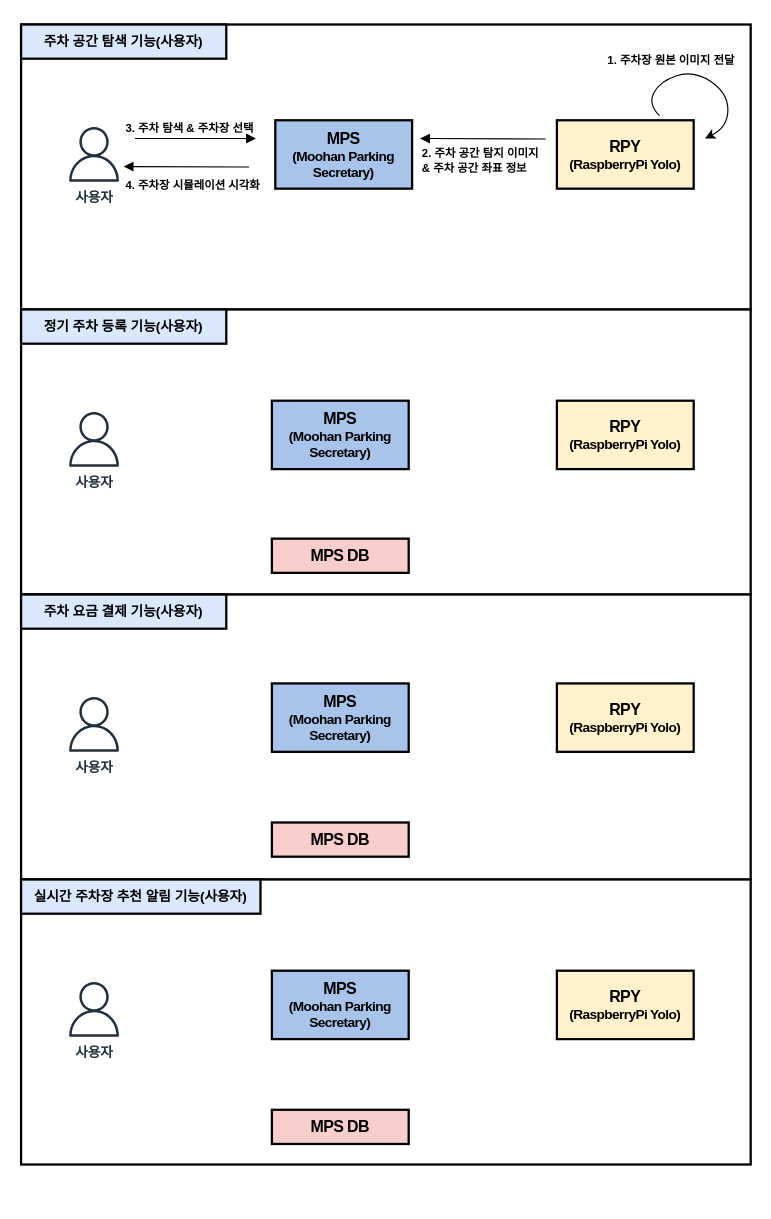
Above: page "유스케이스-1" (2 of 2) of 제목 없는 다이어그램.drawio in hyun10144/Lecture3-1 (draw.io), before the change. Source tidied: cells renumbered, new cells numbered last; positions are measured from the earlier drawing's top-left corner, leaving out a move shared by most shapes. Both pictures are drawn from the tidied source at 114%, with x=0, y=0 at pixel (21, 24).
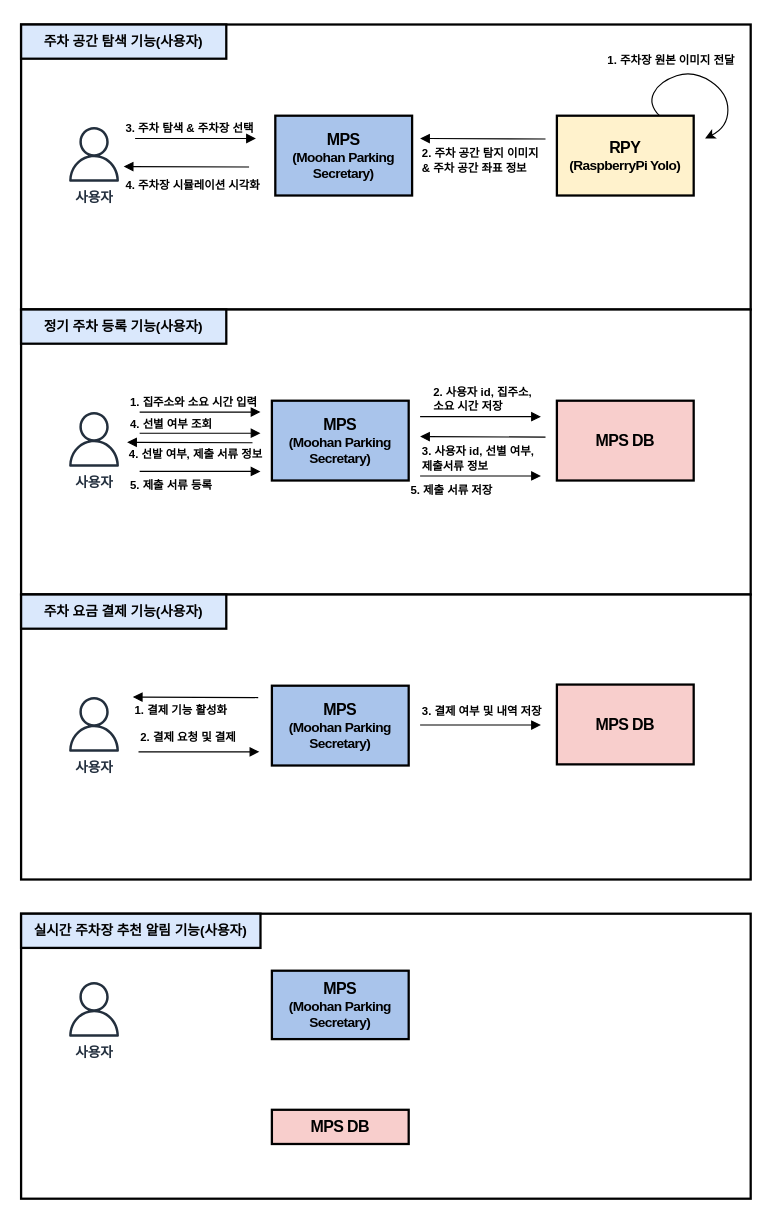
After the change.

Commit message (it also covers changes not shown here):
제목 없는 다이어그램.drawio 업데이트

What changed in the source:
```diff
@@
     <mxCell id="11" style="rounded=0;whiteSpace=wrap;html=1;strokeWidth=2;" parent="1" vertex="1">
-      <mxGeometry y="750" width="640" height="250" as="geometry" />
+      <mxGeometry y="780" width="640" height="250" as="geometry" />
     </mxCell>
     <mxCell id="12" value="&lt;p class=&quot;0&quot;&gt;&lt;span style=&quot;font-family: &amp;quot;맑은 고딕&amp;quot;;&quot;&gt;&lt;font style=&quot;font-size: 12px;&quot;&gt;&lt;b&gt;실시간 주차장 추천 알림 기능(사용자)&lt;/b&gt;&lt;/font&gt;&lt;/span&gt;&lt;/p&gt;&lt;div class=&quot;hwp_editor_board_content&quot; id=&quot;hwpEditorBoardContent&quot;&gt;&lt;/div&gt;" style="rounded=0;whiteSpace=wrap;html=1;strokeWidth=2;fillColor=#dae8fc;strokeColor=#000000;" parent="1" vertex="1">
-      <mxGeometry y="750" width="210" height="30" as="geometry" />
+      <mxGeometry y="780" width="210" height="30" as="geometry" />
     </mxCell>
@@
     <mxCell id="14" value="&lt;p style=&quot;mso-pagination:none;text-autospace:none;mso-padding-alt:0pt 0pt 0pt 0pt;&quot; class=&quot;0&quot;&gt;&lt;b&gt;&lt;span style=&quot;font-family: &amp;quot;맑은 고딕&amp;quot;; letter-spacing: -0.4pt;&quot; lang=&quot;EN-US&quot;&gt;&lt;span style=&quot;font-size: 14px;&quot;&gt;MPS&lt;/span&gt;&lt;span style=&quot;font-size: 14px;&quot;&gt;&lt;br&gt;&lt;/span&gt;&lt;/span&gt;&lt;span style=&quot;font-family: &amp;quot;맑은 고딕&amp;quot;; letter-spacing: -0.4pt; background-color: initial;&quot;&gt;(Moohan Parking Secretary)&lt;/span&gt;&lt;/b&gt;&lt;/p&gt;&lt;div class=&quot;hwp_editor_board_content&quot; id=&quot;hwpEditorBoardContent&quot;&gt;&lt;/div&gt;" style="rounded=0;whiteSpace=wrap;html=1;strokeWidth=2;fillColor=#A9C4EB;strokeColor=#000000;" parent="1" vertex="1">
-      <mxGeometry x="223" y="84" width="120" height="60" as="geometry" />
+      <mxGeometry x="223" y="80" width="120" height="70" as="geometry" />
     </mxCell>
     <mxCell id="15" value="&lt;p style=&quot;mso-pagination:none;text-autospace:none;mso-padding-alt:0pt 0pt 0pt 0pt;&quot; class=&quot;0&quot;&gt;&lt;span style=&quot;font-family: &amp;quot;맑은 고딕&amp;quot;; letter-spacing: -0.4pt; background-color: initial;&quot;&gt;&lt;b&gt;&lt;font style=&quot;font-size: 14px;&quot;&gt;RPY&lt;/font&gt;&lt;br&gt;&lt;font style=&quot;font-size: 12px;&quot;&gt;(RaspberryPi Yolo)&lt;/font&gt;&lt;/b&gt;&lt;/span&gt;&lt;/p&gt;&lt;div class=&quot;hwp_editor_board_content&quot; id=&quot;hwpEditorBoardContent&quot;&gt;&lt;/div&gt;" style="rounded=0;whiteSpace=wrap;html=1;strokeWidth=2;fillColor=#fff2cc;strokeColor=#000000;" parent="1" vertex="1">
-      <mxGeometry x="470" y="84" width="120" height="60" as="geometry" />
+      <mxGeometry x="470" y="80" width="120" height="70" as="geometry" />
     </mxCell>
     <mxCell id="16" value="&lt;p style=&quot;mso-pagination:none;text-autospace:none;mso-padding-alt:0pt 0pt 0pt 0pt;&quot; class=&quot;0&quot;&gt;&lt;b&gt;&lt;span style=&quot;font-family: &amp;quot;맑은 고딕&amp;quot;; letter-spacing: -0.4pt;&quot; lang=&quot;EN-US&quot;&gt;&lt;span style=&quot;font-size: 14px;&quot;&gt;MPS&lt;/span&gt;&lt;span style=&quot;font-size: 14px;&quot;&gt;&lt;br&gt;&lt;/span&gt;&lt;/span&gt;&lt;span style=&quot;font-family: &amp;quot;맑은 고딕&amp;quot;; letter-spacing: -0.4pt; background-color: initial;&quot;&gt;(Moohan Parking Secretary)&lt;/span&gt;&lt;/b&gt;&lt;/p&gt;&lt;div class=&quot;hwp_editor_board_content&quot; id=&quot;hwpEditorBoardContent&quot;&gt;&lt;/div&gt;" style="rounded=0;whiteSpace=wrap;html=1;strokeWidth=2;fillColor=#A9C4EB;strokeColor=#000000;" parent="1" vertex="1">
-      <mxGeometry x="220" y="330" width="120" height="60" as="geometry" />
+      <mxGeometry x="220" y="330" width="120" height="70" as="geometry" />
     </mxCell>
-    <mxCell id="17" value="&lt;p style=&quot;mso-pagination:none;text-autospace:none;mso-padding-alt:0pt 0pt 0pt 0pt;&quot; class=&quot;0&quot;&gt;&lt;span style=&quot;font-family: &amp;quot;맑은 고딕&amp;quot;; letter-spacing: -0.4pt; background-color: initial;&quot;&gt;&lt;b&gt;&lt;font style=&quot;font-size: 14px;&quot;&gt;RPY&lt;/font&gt;&lt;br&gt;&lt;font style=&quot;font-size: 12px;&quot;&gt;(RaspberryPi Yolo)&lt;/font&gt;&lt;/b&gt;&lt;/span&gt;&lt;/p&gt;&lt;div class=&quot;hwp_editor_board_content&quot; id=&quot;hwpEditorBoardContent&quot;&gt;&lt;/div&gt;" style="rounded=0;whiteSpace=wrap;html=1;strokeWidth=2;fillColor=#fff2cc;strokeColor=#000000;" parent="1" vertex="1">
-      <mxGeometry x="470" y="330" width="120" height="60" as="geometry" />
-    </mxCell>
     <mxCell id="18" value="&lt;p style=&quot;mso-pagination:none;text-autospace:none;mso-padding-alt:0pt 0pt 0pt 0pt;&quot; class=&quot;0&quot;&gt;&lt;b&gt;&lt;span style=&quot;font-family: &amp;quot;맑은 고딕&amp;quot;; letter-spacing: -0.4pt;&quot; lang=&quot;EN-US&quot;&gt;&lt;span style=&quot;font-size: 14px;&quot;&gt;MPS&lt;/span&gt;&lt;span style=&quot;font-size: 14px;&quot;&gt;&lt;br&gt;&lt;/span&gt;&lt;/span&gt;&lt;span style=&quot;font-family: &amp;quot;맑은 고딕&amp;quot;; letter-spacing: -0.4pt; background-color: initial;&quot;&gt;(Moohan Parking Secretary)&lt;/span&gt;&lt;/b&gt;&lt;/p&gt;&lt;div class=&quot;hwp_editor_board_content&quot; id=&quot;hwpEditorBoardContent&quot;&gt;&lt;/div&gt;" style="rounded=0;whiteSpace=wrap;html=1;strokeWidth=2;fillColor=#A9C4EB;strokeColor=#000000;" parent="1" vertex="1">
-      <mxGeometry x="220" y="578" width="120" height="60" as="geometry" />
+      <mxGeometry x="220" y="580" width="120" height="70" as="geometry" />
     </mxCell>
-    <mxCell id="19" value="&lt;p style=&quot;mso-pagination:none;text-autospace:none;mso-padding-alt:0pt 0pt 0pt 0pt;&quot; class=&quot;0&quot;&gt;&lt;span style=&quot;font-family: &amp;quot;맑은 고딕&amp;quot;; letter-spacing: -0.4pt; background-color: initial;&quot;&gt;&lt;b&gt;&lt;font style=&quot;font-size: 14px;&quot;&gt;RPY&lt;/font&gt;&lt;br&gt;&lt;font style=&quot;font-size: 12px;&quot;&gt;(RaspberryPi Yolo)&lt;/font&gt;&lt;/b&gt;&lt;/span&gt;&lt;/p&gt;&lt;div class=&quot;hwp_editor_board_content&quot; id=&quot;hwpEditorBoardContent&quot;&gt;&lt;/div&gt;" style="rounded=0;whiteSpace=wrap;html=1;strokeWidth=2;fillColor=#fff2cc;strokeColor=#000000;" parent="1" vertex="1">
-      <mxGeometry x="470" y="578" width="120" height="60" as="geometry" />
-    </mxCell>
     <mxCell id="20" value="&lt;p style=&quot;mso-pagination:none;text-autospace:none;mso-padding-alt:0pt 0pt 0pt 0pt;&quot; class=&quot;0&quot;&gt;&lt;b&gt;&lt;span style=&quot;font-family: &amp;quot;맑은 고딕&amp;quot;; letter-spacing: -0.4pt;&quot; lang=&quot;EN-US&quot;&gt;&lt;span style=&quot;font-size: 14px;&quot;&gt;MPS DB&lt;/span&gt;&lt;/span&gt;&lt;br&gt;&lt;/b&gt;&lt;/p&gt;&lt;div class=&quot;hwp_editor_board_content&quot; id=&quot;hwpEditorBoardContent&quot;&gt;&lt;/div&gt;" style="rounded=0;whiteSpace=wrap;html=1;strokeWidth=2;fillColor=#f8cecc;strokeColor=#000000;" parent="1" vertex="1">
-      <mxGeometry x="220" y="451" width="120" height="30" as="geometry" />
+      <mxGeometry x="470" y="330" width="120" height="70" as="geometry" />
     </mxCell>
-    <mxCell id="21" value="&lt;p style=&quot;mso-pagination:none;text-autospace:none;mso-padding-alt:0pt 0pt 0pt 0pt;&quot; class=&quot;0&quot;&gt;&lt;b&gt;&lt;span style=&quot;font-family: &amp;quot;맑은 고딕&amp;quot;; letter-spacing: -0.4pt;&quot; lang=&quot;EN-US&quot;&gt;&lt;span style=&quot;font-size: 14px;&quot;&gt;MPS DB&lt;/span&gt;&lt;/span&gt;&lt;br&gt;&lt;/b&gt;&lt;/p&gt;&lt;div class=&quot;hwp_editor_board_content&quot; id=&quot;hwpEditorBoardContent&quot;&gt;&lt;/div&gt;" style="rounded=0;whiteSpace=wrap;html=1;strokeWidth=2;fillColor=#f8cecc;strokeColor=#000000;" parent="1" vertex="1">
-      <mxGeometry x="220" y="700" width="120" height="30" as="geometry" />
-    </mxCell>
@@
-    <mxCell id="25" value="&lt;p style=&quot;mso-pagination:none;text-autospace:none;mso-padding-alt:0pt 0pt 0pt 0pt;&quot; class=&quot;0&quot;&gt;&lt;span style=&quot;font-family: &amp;quot;맑은 고딕&amp;quot;; letter-spacing: -0.4pt; background-color: initial;&quot;&gt;&lt;b&gt;&lt;font style=&quot;font-size: 14px;&quot;&gt;RPY&lt;/font&gt;&lt;br&gt;&lt;font style=&quot;font-size: 12px;&quot;&gt;(RaspberryPi Yolo)&lt;/font&gt;&lt;/b&gt;&lt;/span&gt;&lt;/p&gt;&lt;div class=&quot;hwp_editor_board_content&quot; id=&quot;hwpEditorBoardContent&quot;&gt;&lt;/div&gt;" style="rounded=0;whiteSpace=wrap;html=1;strokeWidth=2;fillColor=#fff2cc;strokeColor=#000000;" parent="1" vertex="1">
-      <mxGeometry x="470" y="830" width="120" height="60" as="geometry" />
-    </mxCell>
@@
+    <mxCell id="30" value="&lt;b&gt;&lt;font style=&quot;font-size: 10px;&quot;&gt;1. 집주소와 소요 시간 입력&lt;/font&gt;&lt;/b&gt;" style="html=1;verticalAlign=bottom;labelBackgroundColor=none;endArrow=block;endFill=1;endSize=6;align=left;rounded=0;" parent="1" edge="1">
+      <mxGeometry x="-1" y="-10" relative="1" as="geometry">
+        <mxPoint x="104" y="340" as="sourcePoint" />
+        <mxPoint x="210" y="340" as="targetPoint" />
+        <mxPoint x="-10" y="-10" as="offset" />
+      </mxGeometry>
+    </mxCell>
+    <mxCell id="31" value="&lt;span style=&quot;font-size: 10px;&quot;&gt;&lt;b&gt;4. 선별 여부 조회&lt;/b&gt;&lt;/span&gt;" style="html=1;verticalAlign=bottom;labelBackgroundColor=none;endArrow=block;endFill=1;endSize=6;align=left;rounded=0;" parent="1" edge="1">
+      <mxGeometry x="-1" y="-10" relative="1" as="geometry">
+        <mxPoint x="104" y="358.5" as="sourcePoint" />
+        <mxPoint x="210" y="358.5" as="targetPoint" />
+        <mxPoint x="-10" y="-10" as="offset" />
+      </mxGeometry>
+    </mxCell>
+    <mxCell id="32" value="&lt;b&gt;&lt;font style=&quot;font-size: 10px;&quot;&gt;2. 사용자 id, 집주소, &lt;br&gt;소요 시간 저장&lt;/font&gt;&lt;/b&gt;" style="html=1;verticalAlign=bottom;labelBackgroundColor=none;endArrow=block;endFill=1;endSize=6;align=left;rounded=0;" parent="1" edge="1">
+      <mxGeometry x="-0.81" relative="1" as="geometry">
+        <mxPoint x="350" y="344" as="sourcePoint" />
+        <mxPoint x="456" y="344" as="targetPoint" />
+      </mxGeometry>
+    </mxCell>
+    <mxCell id="33" value="&lt;div&gt;&lt;font style=&quot;font-size: 10px;&quot;&gt;&lt;b&gt;3. 사용자 id, 선별 여부,&amp;nbsp; &lt;br&gt;제출서류 정보&lt;/b&gt;&lt;/font&gt;&lt;/div&gt;" style="html=1;verticalAlign=bottom;labelBackgroundColor=none;endArrow=none;endFill=0;endSize=6;align=left;rounded=0;startArrow=block;startFill=1;" parent="1" edge="1">
+      <mxGeometry x="-1" y="-35" relative="1" as="geometry">
+        <mxPoint x="350" y="361.5" as="sourcePoint" />
+        <mxPoint x="460" y="361.9" as="targetPoint" />
+      </mxGeometry>
+    </mxCell>
+    <mxCell id="34" value="&lt;span style=&quot;font-size: 10px;&quot;&gt;&lt;b&gt;5. 제출 서류 등록&lt;/b&gt;&lt;/span&gt;" style="html=1;verticalAlign=bottom;labelBackgroundColor=none;endArrow=block;endFill=1;endSize=6;align=left;rounded=0;" parent="1" edge="1">
+      <mxGeometry x="-1" y="-23" relative="1" as="geometry">
+        <mxPoint x="104" y="392" as="sourcePoint" />
+        <mxPoint x="210" y="392" as="targetPoint" />
+        <mxPoint x="-10" y="-2" as="offset" />
+      </mxGeometry>
+    </mxCell>
+    <mxCell id="35" value="&lt;div&gt;&lt;span style=&quot;font-size: 10px;&quot;&gt;&lt;b&gt;4. 선발 여부, 제출 서류 정보&lt;/b&gt;&lt;/span&gt;&lt;/div&gt;" style="html=1;verticalAlign=bottom;labelBackgroundColor=none;endArrow=none;endFill=0;endSize=6;align=left;rounded=0;startArrow=block;startFill=1;" parent="1" edge="1">
+      <mxGeometry x="-1" y="-20" relative="1" as="geometry">
+        <mxPoint x="93" y="366.5" as="sourcePoint" />
+        <mxPoint x="203" y="366.9" as="targetPoint" />
+      </mxGeometry>
+    </mxCell>
+    <mxCell id="36" value="&lt;span style=&quot;font-size: 10px;&quot;&gt;&lt;b&gt;5. 제출 서류 저장&lt;/b&gt;&lt;/span&gt;" style="html=1;verticalAlign=bottom;labelBackgroundColor=none;endArrow=block;endFill=1;endSize=6;align=left;rounded=0;" parent="1" edge="1">
+      <mxGeometry x="-1" y="-23" relative="1" as="geometry">
+        <mxPoint x="350" y="396" as="sourcePoint" />
+        <mxPoint x="456" y="396" as="targetPoint" />
+        <mxPoint x="-10" y="-2" as="offset" />
+      </mxGeometry>
+    </mxCell>
+    <mxCell id="21" value="&lt;p style=&quot;mso-pagination:none;text-autospace:none;mso-padding-alt:0pt 0pt 0pt 0pt;&quot; class=&quot;0&quot;&gt;&lt;b&gt;&lt;span style=&quot;font-family: &amp;quot;맑은 고딕&amp;quot;; letter-spacing: -0.4pt;&quot; lang=&quot;EN-US&quot;&gt;&lt;span style=&quot;font-size: 14px;&quot;&gt;MPS DB&lt;/span&gt;&lt;/span&gt;&lt;br&gt;&lt;/b&gt;&lt;/p&gt;&lt;div class=&quot;hwp_editor_board_content&quot; id=&quot;hwpEditorBoardContent&quot;&gt;&lt;/div&gt;" style="rounded=0;whiteSpace=wrap;html=1;strokeWidth=2;fillColor=#f8cecc;strokeColor=#000000;" parent="1" vertex="1">
+      <mxGeometry x="470" y="579" width="120" height="70" as="geometry" />
+    </mxCell>
+    <mxCell id="37" value="&lt;b&gt;&lt;font style=&quot;font-size: 10px;&quot;&gt;2. 결제 요청 및 결제&lt;/font&gt;&lt;/b&gt;" style="html=1;verticalAlign=bottom;labelBackgroundColor=none;endArrow=block;endFill=1;endSize=6;align=left;rounded=0;" parent="1" edge="1">
+      <mxGeometry x="-1" y="5" relative="1" as="geometry">
+        <mxPoint x="103" y="638" as="sourcePoint" />
+        <mxPoint x="209" y="638" as="targetPoint" />
+        <mxPoint y="1" as="offset" />
+      </mxGeometry>
+    </mxCell>
+    <mxCell id="38" value="&lt;div&gt;&lt;span style=&quot;font-size: 10px;&quot;&gt;&lt;b&gt;1. 결제 기능 활성화&lt;/b&gt;&lt;/span&gt;&lt;/div&gt;" style="html=1;verticalAlign=bottom;labelBackgroundColor=none;endArrow=none;endFill=0;endSize=6;align=left;rounded=0;startArrow=block;startFill=1;" parent="1" edge="1">
+      <mxGeometry x="-1" y="-20" relative="1" as="geometry">
+        <mxPoint x="98" y="590" as="sourcePoint" />
+        <mxPoint x="208" y="590.4" as="targetPoint" />
+      </mxGeometry>
+    </mxCell>
+    <mxCell id="39" value="&lt;b&gt;&lt;font style=&quot;font-size: 10px;&quot;&gt;3. 결제 여부 및 내역 저장&lt;/font&gt;&lt;/b&gt;" style="html=1;verticalAlign=bottom;labelBackgroundColor=none;endArrow=block;endFill=1;endSize=6;align=left;rounded=0;" parent="1" edge="1">
+      <mxGeometry x="-1" y="5" relative="1" as="geometry">
+        <mxPoint x="350" y="614.5" as="sourcePoint" />
+        <mxPoint x="456" y="614.5" as="targetPoint" />
+        <mxPoint y="1" as="offset" />
+      </mxGeometry>
+    </mxCell>
```
